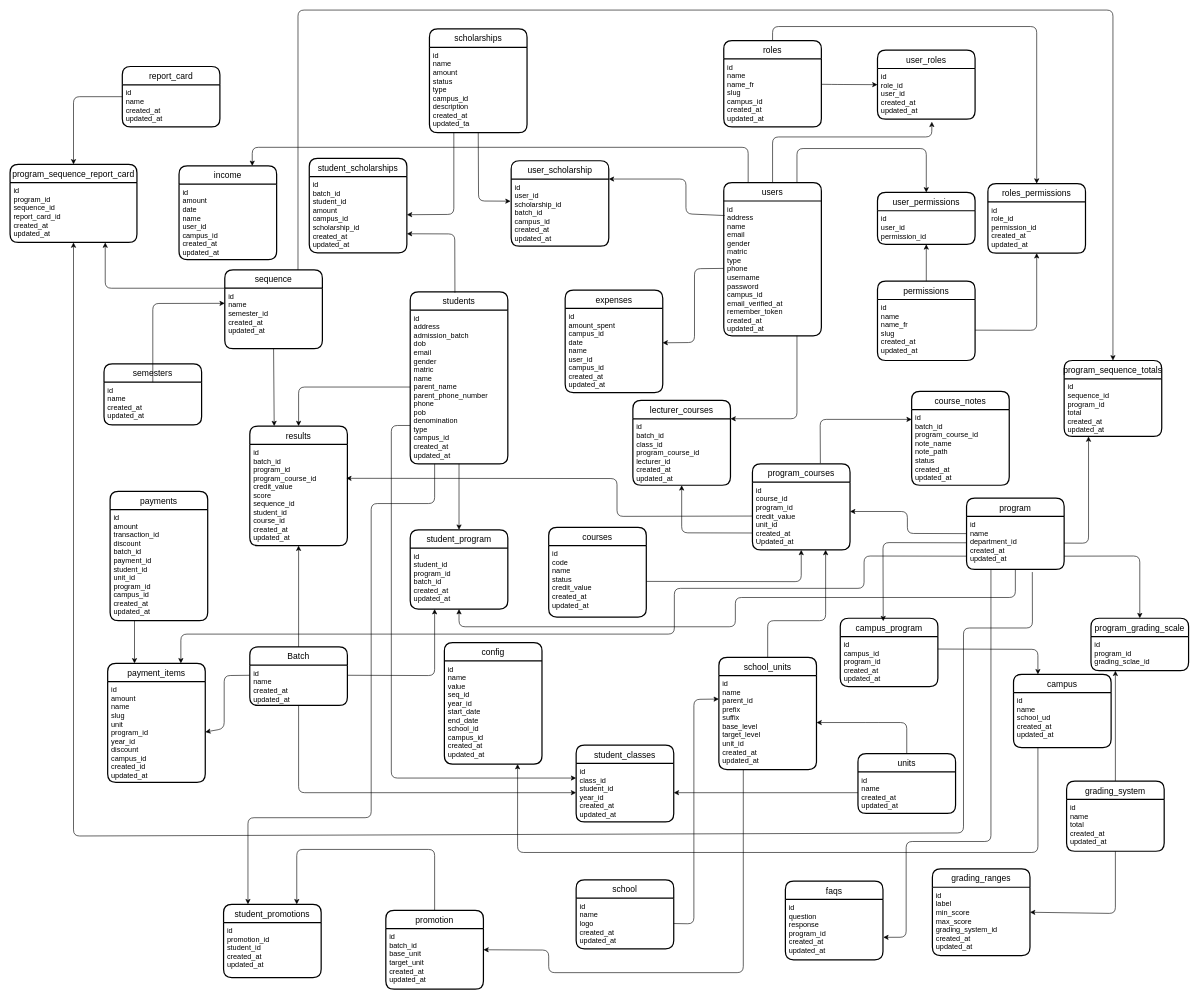
Before: resources/design/UNIVERSITY/database_design.drawio in nishangsystems/univeristy, a draw.io diagram. Source tidied: cells renumbered, new cells numbered last; positions are measured from the earlier drawing's top-left corner, leaving out a move shared by most shapes. Both pictures are drawn from the tidied source at 61%, with x=0, y=0 at pixel (10, 10).
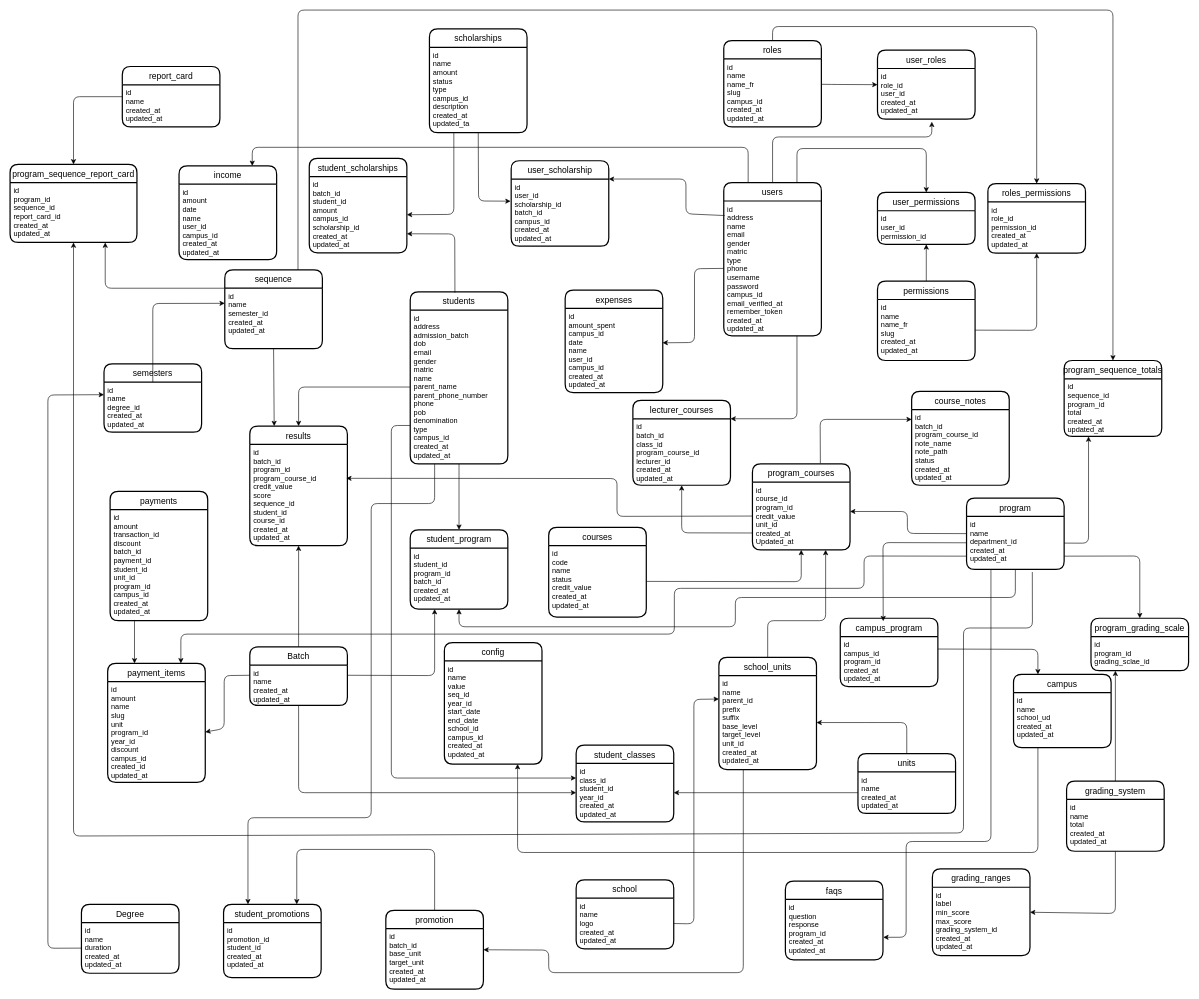
The same page after the edit.

What changed in the source:
```diff
@@
-<mxGraphModel background="#ffffff">
+<mxGraphModel>
@@
     <mxCell id="66" value="semesters" style="swimlane;horizontal=1;startSize=30;rounded=1;fontSize=14;fontStyle=0;strokeWidth=2;shadow=0;dashed=0;align=center;" parent="1" vertex="1">
-      <mxGeometry x="154" y="580" width="160" height="100" as="geometry" />
+      <mxGeometry x="154" y="580" width="160" height="112" as="geometry" />
     </mxCell>
-    <mxCell id="67" value="id&#10;name&#10;created_at&#10;updated_at" style="align=left;strokeColor=none;fillColor=none;spacingLeft=4;fontSize=12;verticalAlign=top;" parent="66" vertex="1">
-      <mxGeometry y="30" width="160" height="70" as="geometry" />
+    <mxCell id="67" value="id&#10;name&#10;degree_id&#10;created_at&#10;updated_at" style="align=left;strokeColor=none;fillColor=none;spacingLeft=4;fontSize=12;verticalAlign=top;" parent="66" vertex="1">
+      <mxGeometry y="30" width="160" height="82" as="geometry" />
     </mxCell>
@@
+    <mxCell id="132" value="Degree" style="swimlane;horizontal=1;startSize=30;rounded=1;fontSize=14;fontStyle=0;strokeWidth=2;shadow=0;dashed=0;align=center;" parent="1" vertex="1">
+      <mxGeometry x="117" y="1466" width="160" height="113" as="geometry" />
+    </mxCell>
+    <mxCell id="133" value="id&#10;name&#10;duration&#10;created_at&#10;updated_at" style="align=left;strokeColor=none;fillColor=none;spacingLeft=4;fontSize=12;verticalAlign=top;" parent="132" vertex="1">
+      <mxGeometry y="30" width="160" height="83" as="geometry" />
+    </mxCell>
+    <mxCell id="134" style="edgeStyle=none;html=1;entryX=0;entryY=0.25;entryDx=0;entryDy=0;" parent="1" edge="1" source="133" target="67">
+      <mxGeometry relative="1" as="geometry">
+        <Array as="points">
+          <mxPoint x="62" y="1538" />
+          <mxPoint x="62" y="631" />
+        </Array>
+      </mxGeometry>
+    </mxCell>
```
